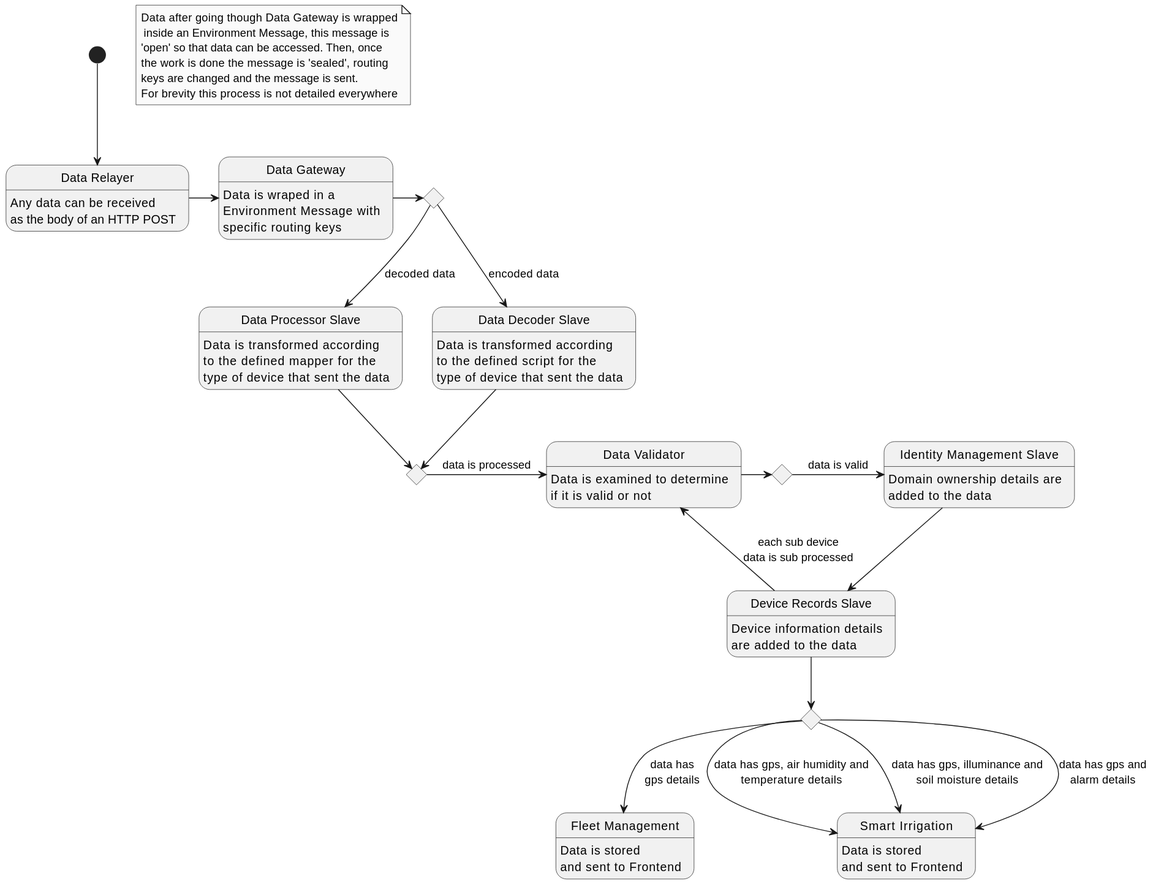
Earlier version of the PlantUML export docs/flow/diagrams/data-flow.svg (FilipeMCruz/sensae-console).
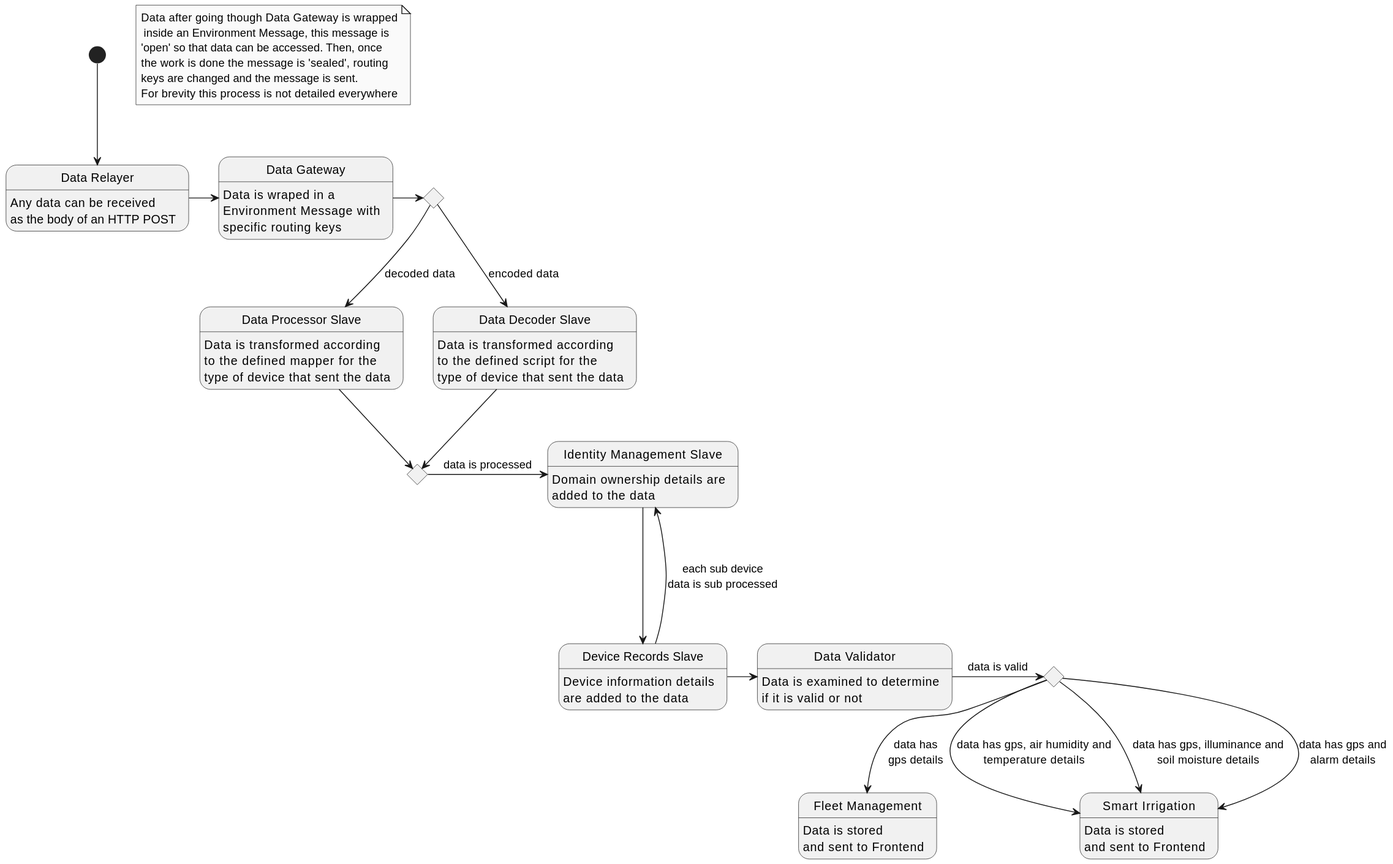
After the change.

Commit message:
Updated flow diagram

Change to the diagram source:
```diff
@@ -10,7 +10,6 @@
 state "Data Decoder Slave" as Decoder
 state is_processed <<choice>>
 state "Identity Management Slave" as Identity
-state is_valid <<choice>>
 state "Data Validator" as Validator
 state "Device Records Slave" as Records
 state has_gps <<choice>>
@@ -55,15 +54,13 @@
 Decoder --> is_processed
 Processor --> is_processed
 
-is_processed -> Validator : data is processed
+is_processed -> Identity : data is processed
 
-Validator -> is_valid
+Validator -> has_gps : data is valid
 
-is_valid -> Identity : data is valid
+Identity -> Records
 
-Identity --> Records
-
-Records --> has_gps
+Records -> Validator
 
 has_gps --> Fleet : data has\ngps details
 
@@ -71,6 +68,6 @@
 has_gps --> Irrigation : data has gps, illuminance and\nsoil moisture details
 has_gps --> Irrigation : data has gps and\nalarm details
 
-Records --> Validator : each sub device\ndata is sub processed
+Records ---> Identity : each sub device\ndata is sub processed
 
 @enduml
```
